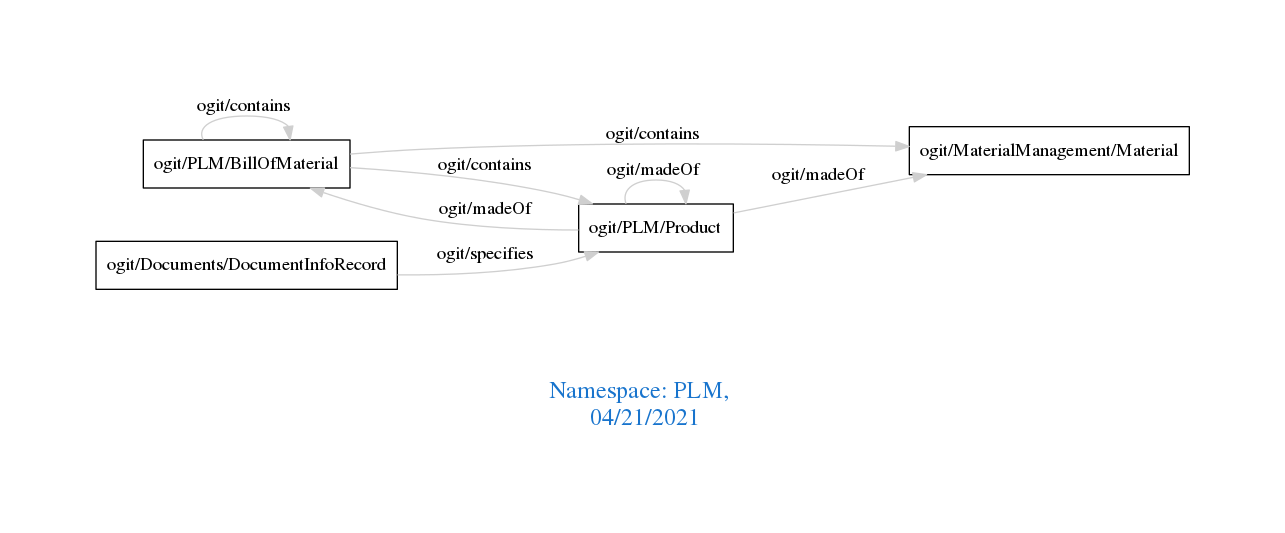
Before: downloads/PLM.png, a diagram exported from Graphviz (arago/OGIT). Its source is kept beside it as downloads/PLM.dot.
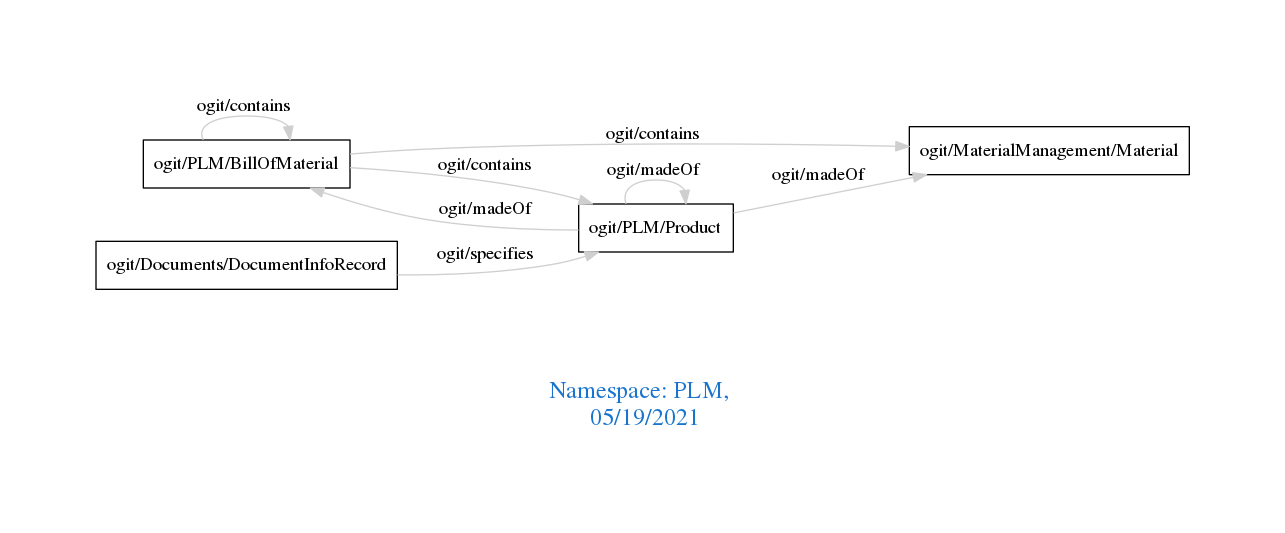
Later version of the same file.

Diff of the diagram source:
```diff
@@ -1,7 +1,7 @@
 digraph OGIT_ontology {
  graph [ rankdir= LR,pad=1
 fontsize = 18,
-fontcolor= dodgerblue3,label = "\n\n\nNamespace: PLM, \n 04/21/2021"];
+fontcolor= dodgerblue3,label = "\n\n\nNamespace: PLM, \n 05/19/2021"];
 node[shape=polygon];
 edge [  color="gray81"];
 
```
